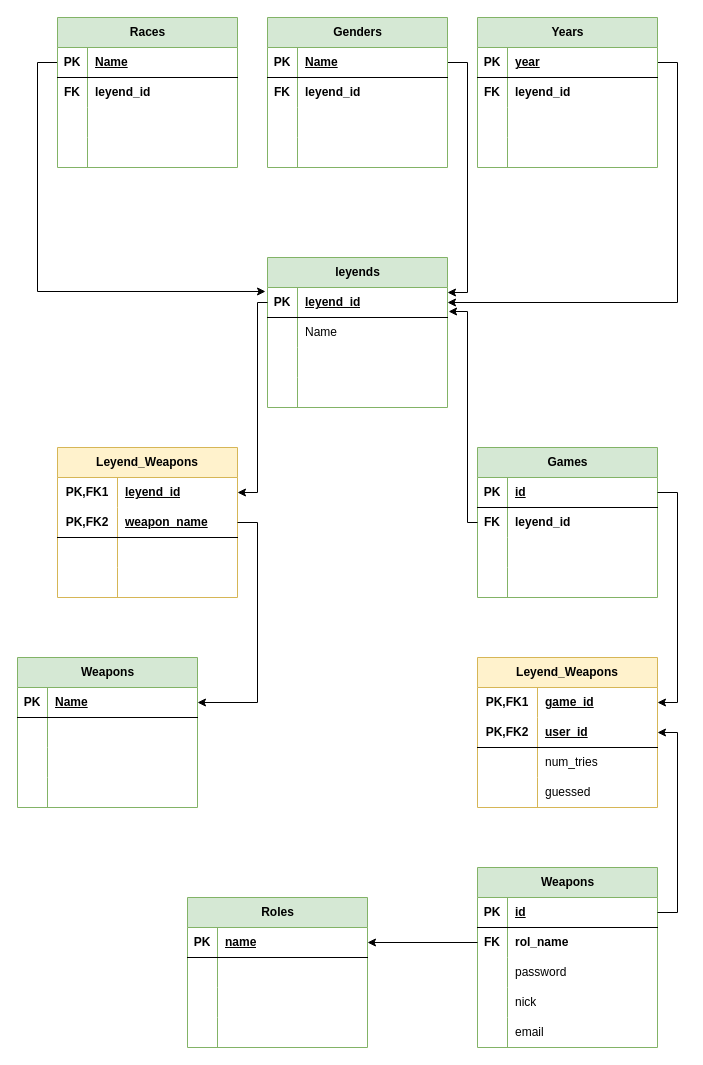
This is SQL/Diagram/Relational-Model.drawio from Angel-L-G/Brawdle, a draw.io file, before an edit. Source tidied: cells renumbered, new cells numbered last; positions are measured from the earlier drawing's top-left corner, leaving out a move shared by most shapes. Both pictures are drawn from the tidied source at 100%, with x=0, y=0 at pixel (17, 17).
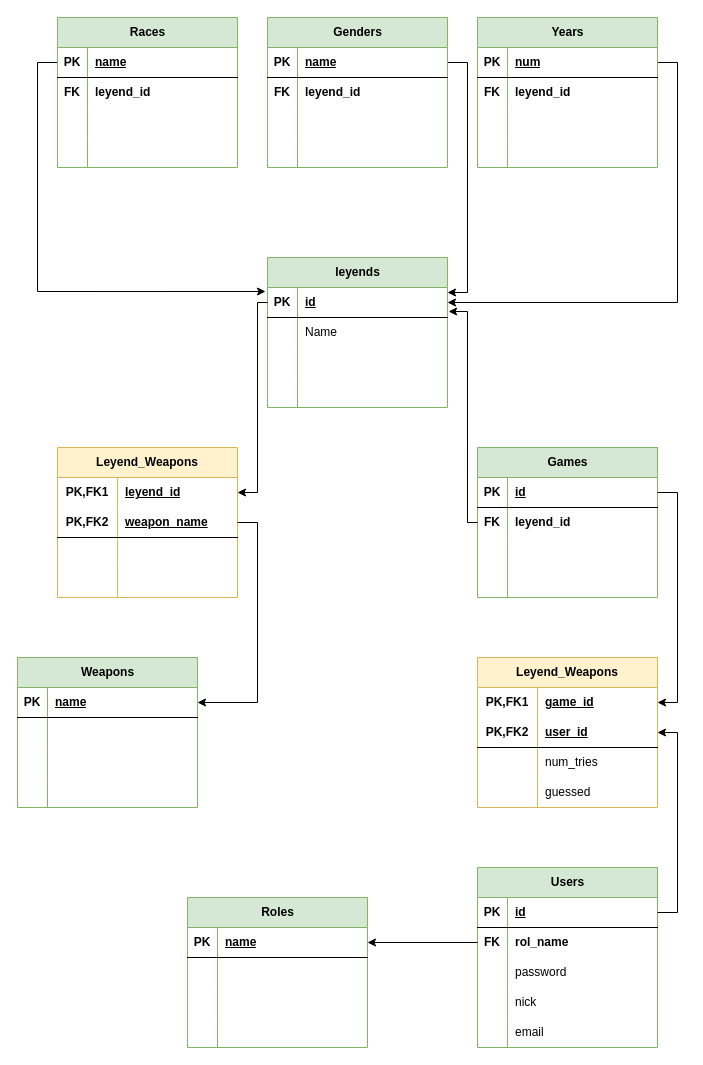
The same diagram, later.

Commit message:
changed the table name from users and change attributes name to be less redundant Relational-Model.drawio

Unchanged cells that the change refers to:
```xml
<mxCell id="4" style="shape=tableRow;horizontal=0;startSize=0;swimlaneHead=0;swimlaneBody=0;fillColor=none;points=[[0,0.5],[1,0.5]];portConstraint=eastwest;top=0;left=0;right=0;bottom=1;" parent="3" vertex="1">
  <mxGeometry y="30" width="180" height="30" as="geometry" />
</mxCell>
<mxCell id="31" style="shape=tableRow;horizontal=0;startSize=0;swimlaneHead=0;swimlaneBody=0;fillColor=none;points=[[0,0.5],[1,0.5]];portConstraint=eastwest;top=0;left=0;right=0;bottom=1;" parent="30" vertex="1">
  <mxGeometry y="30" width="180" height="30" as="geometry" />
</mxCell>
<mxCell id="45" style="shape=tableRow;horizontal=0;startSize=0;swimlaneHead=0;swimlaneBody=0;fillColor=none;points=[[0,0.5],[1,0.5]];portConstraint=eastwest;top=0;left=0;right=0;bottom=1;" parent="44" vertex="1">
  <mxGeometry y="30" width="180" height="30" as="geometry" />
</mxCell>
<mxCell id="58" style="shape=tableRow;horizontal=0;startSize=0;swimlaneHead=0;swimlaneBody=0;fillColor=none;points=[[0,0.5],[1,0.5]];portConstraint=eastwest;top=0;left=0;right=0;bottom=1;" parent="57" vertex="1">
  <mxGeometry y="30" width="180" height="30" as="geometry" />
</mxCell>
<mxCell id="71" style="shape=tableRow;horizontal=0;startSize=0;swimlaneHead=0;swimlaneBody=0;fillColor=none;points=[[0,0.5],[1,0.5]];portConstraint=eastwest;top=0;left=0;right=0;bottom=1;" parent="70" vertex="1">
  <mxGeometry y="30" width="180" height="30" as="geometry" />
</mxCell>
```

The edit, as a diff of the source:
```diff
@@
-    <mxCell id="6" value="Name" style="shape=partialRectangle;fillColor=none;top=0;left=0;bottom=0;right=0;align=left;spacingLeft=6;fontStyle=5;overflow=hidden;whiteSpace=wrap;html=1;" parent="4" vertex="1">
+    <mxCell id="6" value="name" style="shape=partialRectangle;fillColor=none;top=0;left=0;bottom=0;right=0;align=left;spacingLeft=6;fontStyle=5;overflow=hidden;whiteSpace=wrap;html=1;" parent="4" vertex="1">
       <mxGeometry x="30" width="150" height="30" as="geometry" />
     </mxCell>
@@
-    <mxCell id="33" value="Name" style="shape=partialRectangle;fillColor=none;top=0;left=0;bottom=0;right=0;align=left;spacingLeft=6;fontStyle=5;overflow=hidden;whiteSpace=wrap;html=1;" parent="31" vertex="1">
+    <mxCell id="33" value="name" style="shape=partialRectangle;fillColor=none;top=0;left=0;bottom=0;right=0;align=left;spacingLeft=6;fontStyle=5;overflow=hidden;whiteSpace=wrap;html=1;" parent="31" vertex="1">
       <mxGeometry x="30" width="150" height="30" as="geometry" />
     </mxCell>
@@
-    <mxCell id="47" value="year" style="shape=partialRectangle;fillColor=none;top=0;left=0;bottom=0;right=0;align=left;spacingLeft=6;fontStyle=5;overflow=hidden;whiteSpace=wrap;html=1;" parent="45" vertex="1">
+    <mxCell id="47" value="num" style="shape=partialRectangle;fillColor=none;top=0;left=0;bottom=0;right=0;align=left;spacingLeft=6;fontStyle=5;overflow=hidden;whiteSpace=wrap;html=1;" parent="45" vertex="1">
       <mxGeometry x="30" width="150" height="30" as="geometry" />
     </mxCell>
@@
-    <mxCell id="60" value="&lt;b style=&quot;border-color: var(--border-color);&quot;&gt;leyend_id&lt;/b&gt;" style="shape=partialRectangle;fillColor=none;top=0;left=0;bottom=0;right=0;align=left;spacingLeft=6;fontStyle=5;overflow=hidden;whiteSpace=wrap;html=1;" parent="58" vertex="1">
+    <mxCell id="60" value="id" style="shape=partialRectangle;fillColor=none;top=0;left=0;bottom=0;right=0;align=left;spacingLeft=6;fontStyle=5;overflow=hidden;whiteSpace=wrap;html=1;" parent="58" vertex="1">
       <mxGeometry x="30" width="150" height="30" as="geometry" />
     </mxCell>
@@
-    <mxCell id="73" value="Name" style="shape=partialRectangle;fillColor=none;top=0;left=0;bottom=0;right=0;align=left;spacingLeft=6;fontStyle=5;overflow=hidden;whiteSpace=wrap;html=1;" parent="71" vertex="1">
+    <mxCell id="73" value="name" style="shape=partialRectangle;fillColor=none;top=0;left=0;bottom=0;right=0;align=left;spacingLeft=6;fontStyle=5;overflow=hidden;whiteSpace=wrap;html=1;" parent="71" vertex="1">
       <mxGeometry x="30" width="150" height="30" as="geometry" />
     </mxCell>
@@
-    <mxCell id="113" value="Weapons" style="shape=table;startSize=30;childLayout=tableLayout;rowLines=0;fontStyle=1;align=center;html=1;fillColor=#d5e8d4;strokeColor=#82b366;" parent="1" vertex="1">
+    <mxCell id="113" value="Users" style="shape=table;startSize=30;childLayout=tableLayout;rowLines=0;fontStyle=1;align=center;html=1;fillColor=#d5e8d4;strokeColor=#82b366;" parent="1" vertex="1">
       <mxGeometry x="460" y="850" width="180" height="180" as="geometry" />
     </mxCell>
```
